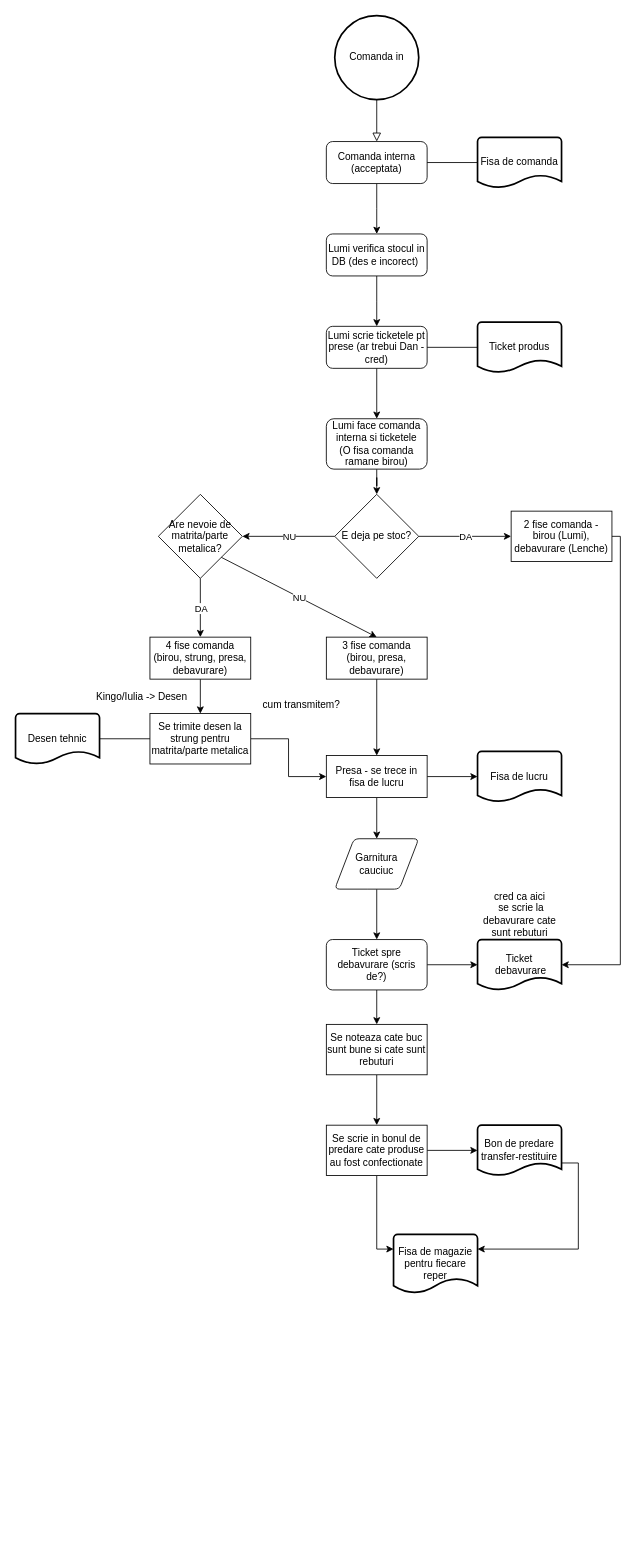
CodeConjurerEth/Vulcom keeps this draw.io diagram as comandaFLow.drawio. Above is the earlier version. Source tidied: cells renumbered, new cells numbered last; positions are measured from the earlier drawing's top-left corner, leaving out a move shared by most shapes. Both pictures are drawn from the tidied source at 84%, with x=0, y=0 at pixel (15, 15).
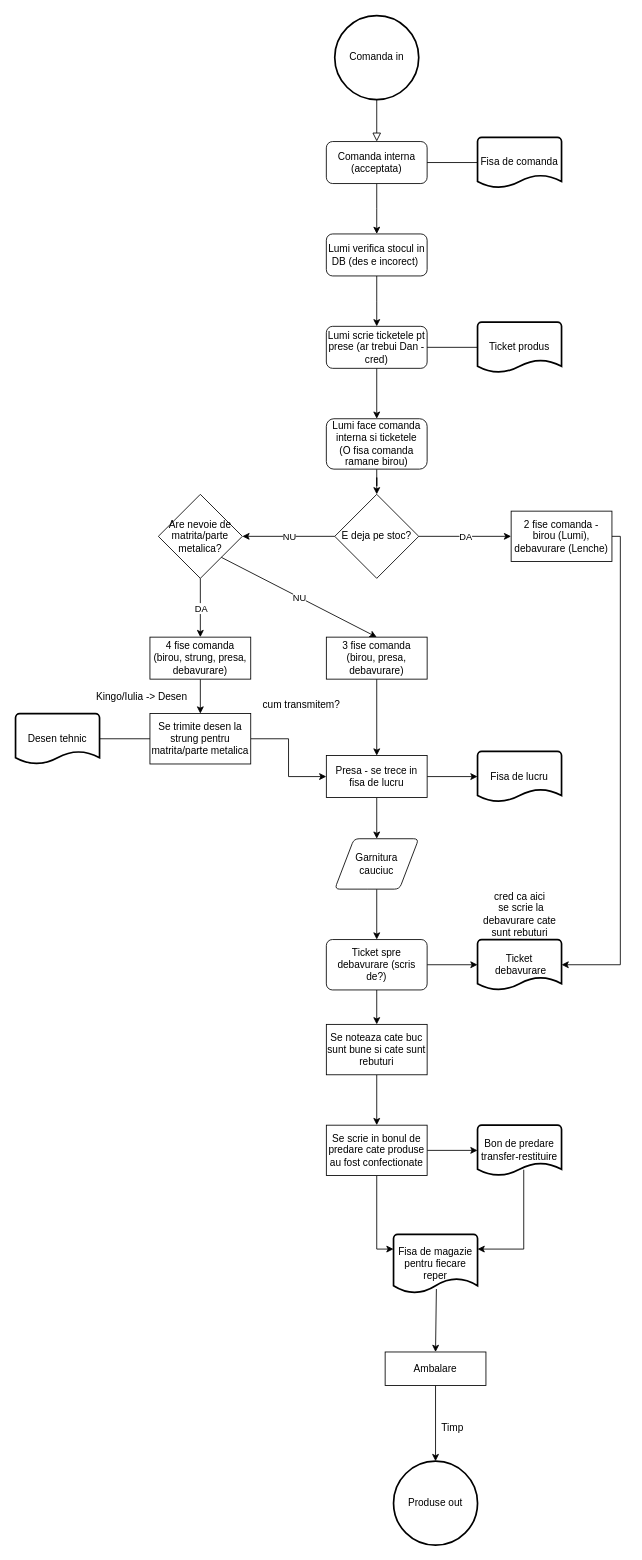
Above is the later version.

Unchanged cells that the change refers to:
```xml
<mxCell id="47" value="Bon de predare&lt;br&gt;transfer-restituire" style="strokeWidth=2;html=1;shape=mxgraph.flowchart.document2;whiteSpace=wrap;size=0.25;" parent="1" vertex="1">
  <mxGeometry x="550" y="1321" width="100" height="60" as="geometry" />
</mxCell>
<mxCell id="51" value="Fisa de magazie&lt;br&gt;pentru fiecare reper" style="strokeWidth=2;html=1;shape=mxgraph.flowchart.document2;whiteSpace=wrap;size=0.25;" parent="1" vertex="1">
  <mxGeometry x="450" y="1451" width="100" height="70" as="geometry" />
</mxCell>
```

Diff of the diagram source:
```diff
@@
-    <mxCell id="52" style="edgeStyle=orthogonalEdgeStyle;rounded=0;jettySize=auto;html=1;exitX=1;exitY=0.75;exitDx=0;exitDy=0;entryX=1;entryY=0.25;entryDx=0;entryDy=0;entryPerimeter=0;exitPerimeter=0;" parent="1" edge="1" source="47" target="51">
+    <mxCell id="52" style="edgeStyle=orthogonalEdgeStyle;rounded=0;jettySize=auto;html=1;exitX=0.55;exitY=0.883;exitDx=0;exitDy=0;entryX=1;entryY=0.25;entryDx=0;entryDy=0;entryPerimeter=0;exitPerimeter=0;" parent="1" edge="1" source="47" target="51">
       <mxGeometry relative="1" as="geometry" />
     </mxCell>
@@
+    <mxCell id="56" style="endArrow=classic;html=1;rounded=0;exitX=0.51;exitY=0.929;exitDx=0;exitDy=0;exitPerimeter=0;entryX=0.5;entryY=0;entryDx=0;entryDy=0;" parent="1" edge="1" source="51" target="58">
+      <mxGeometry relative="1" as="geometry" />
+    </mxCell>
+    <mxCell id="57" style="edgeStyle=orthogonalEdgeStyle;rounded=0;jettySize=auto;html=1;exitX=0.5;exitY=1;exitDx=0;exitDy=0;entryX=0.5;entryY=0;entryDx=0;entryDy=0;entryPerimeter=0;" parent="1" edge="1" source="58" target="59">
+      <mxGeometry relative="1" as="geometry" />
+    </mxCell>
+    <mxCell id="58" value="Ambalare" style="rounded=0;whiteSpace=wrap;html=1;strokeWidth=1;" parent="1" vertex="1">
+      <mxGeometry x="440" y="1591" width="120" height="40" as="geometry" />
+    </mxCell>
+    <mxCell id="59" value="Produse out" style="strokeWidth=2;html=1;shape=mxgraph.flowchart.start_2;whiteSpace=wrap;" parent="1" vertex="1">
+      <mxGeometry x="450" y="1721" width="100" height="100" as="geometry" />
+    </mxCell>
+    <mxCell id="60" value="Timp" style="text;html=1;align=center;verticalAlign=middle;strokeColor=none;fillColor=none;" parent="1" vertex="1">
+      <mxGeometry x="500" y="1671" width="40" height="20" as="geometry" />
+    </mxCell>
```
